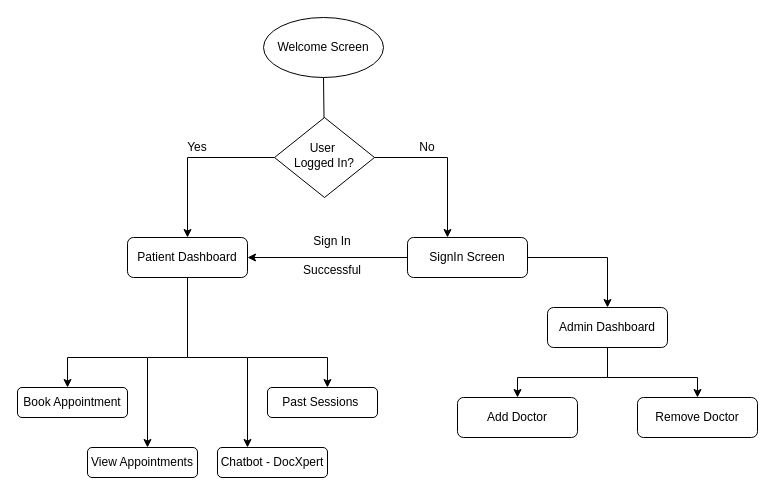
Earlier version of the draw.io diagram Untitled Diagram.drawio (Nisrgg/Android-14). Source tidied: cells renumbered, new cells numbered last; positions are measured from the earlier drawing's top-left corner, leaving out a move shared by most shapes. Both pictures are drawn from the tidied source at 100%, with x=0, y=0 at pixel (17, 17).
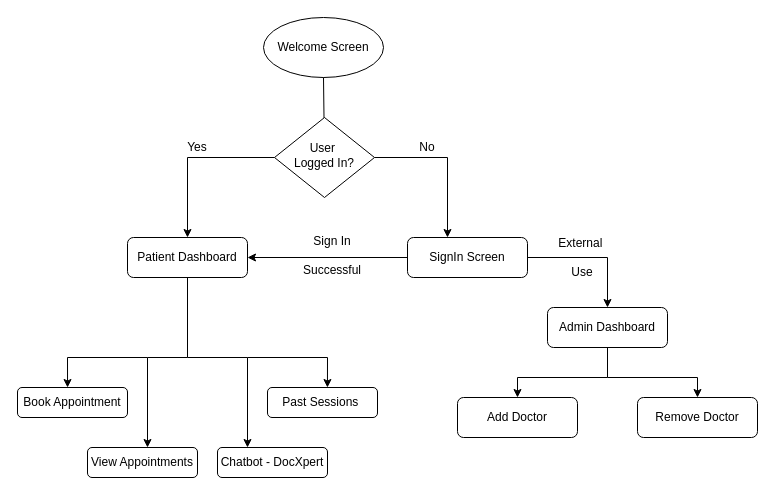
The same diagram, later.

Change to the diagram source:
```diff
@@
+    <mxCell id="28" value="External&amp;nbsp;&lt;div&gt;&lt;br&gt;&lt;/div&gt;&lt;div&gt;Use&lt;/div&gt;" style="text;html=1;align=center;verticalAlign=middle;whiteSpace=wrap;rounded=0;" parent="1" vertex="1">
+      <mxGeometry x="540" y="232.5" width="50" height="15" as="geometry" />
+    </mxCell>
```
